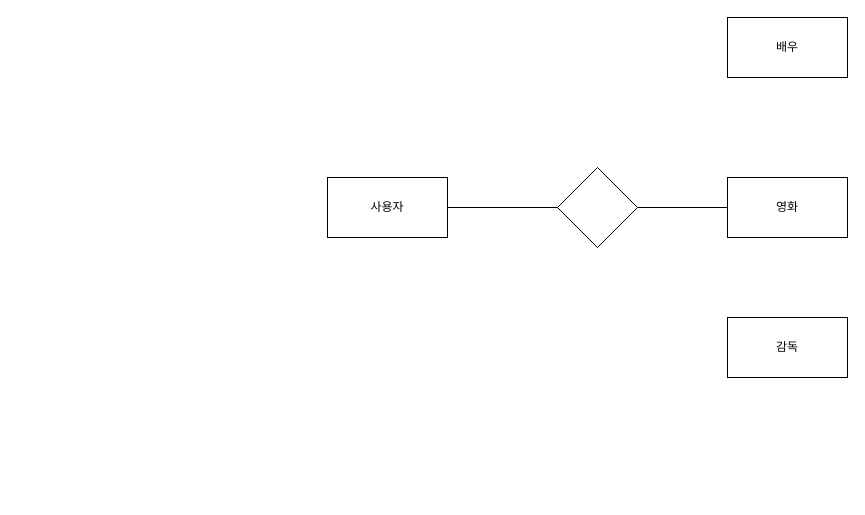
hyunmin0818/JSP_Project keeps this draw.io diagram as dbms/Movie.drawio. Above is the earlier version. Source tidied: cells renumbered, new cells numbered last; positions are measured from the earlier drawing's top-left corner, leaving out a move shared by most shapes. Both pictures are drawn from the tidied source at 100%, with x=0, y=0 at pixel (327, 17).
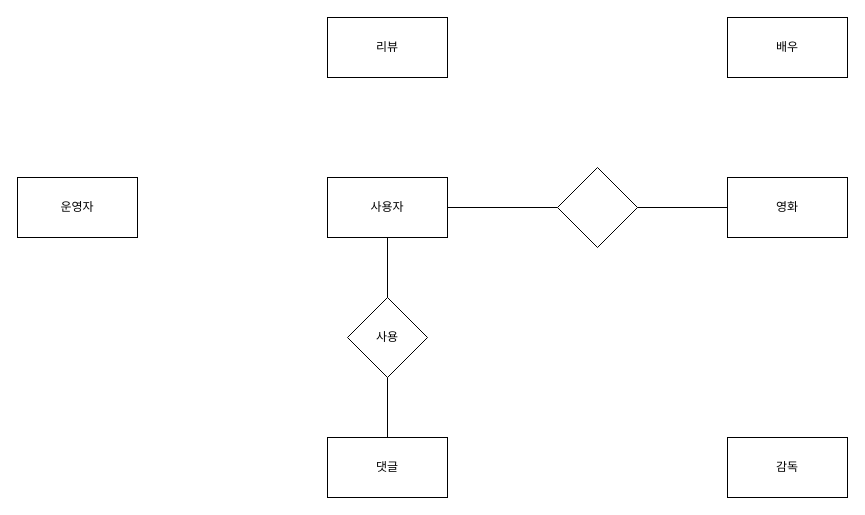
The same page after the edit.

Commit message (it also covers changes not shown here):
테이블 압축

What changed in the source:
```diff
@@
 <mxGraphModel>
   <root>
     <mxCell id="0" />
     <mxCell id="1" parent="0" />
     <mxCell id="2" value="영화" style="rounded=0;whiteSpace=wrap;html=1;" parent="1" vertex="1">
       <mxGeometry x="400" y="160" width="120" height="60" as="geometry" />
     </mxCell>
     <mxCell id="3" style="rhombus;whiteSpace=wrap;html=1;" parent="1" vertex="1">
       <mxGeometry x="230" y="150" width="80" height="80" as="geometry" />
     </mxCell>
     <mxCell id="4" style="endArrow=none;html=1;rounded=0;entryX=0;entryY=0.5;entryDx=0;entryDy=0;exitX=1;exitY=0.5;exitDx=0;exitDy=0;" parent="1" edge="1" source="3" target="2">
       <mxGeometry relative="1" as="geometry" />
     </mxCell>
     <mxCell id="5" value="사용자" style="rounded=0;whiteSpace=wrap;html=1;" parent="1" vertex="1">
       <mxGeometry y="160" width="120" height="60" as="geometry" />
     </mxCell>
     <mxCell id="6" style="endArrow=none;html=1;rounded=0;entryX=0;entryY=0.5;entryDx=0;entryDy=0;exitX=1;exitY=0.5;exitDx=0;exitDy=0;" parent="1" edge="1" source="5" target="3">
       <mxGeometry relative="1" as="geometry" />
     </mxCell>
     <mxCell id="7" value="감독" style="rounded=0;whiteSpace=wrap;html=1;" parent="1" vertex="1">
-      <mxGeometry x="400" y="300" width="120" height="60" as="geometry" />
+      <mxGeometry x="400" y="420" width="120" height="60" as="geometry" />
     </mxCell>
     <mxCell id="8" value="배우" style="rounded=0;whiteSpace=wrap;html=1;" parent="1" vertex="1">
       <mxGeometry x="400" width="120" height="60" as="geometry" />
     </mxCell>
+    <mxCell id="9" value="운영자" style="rounded=0;whiteSpace=wrap;html=1;" parent="1" vertex="1">
+      <mxGeometry x="-310" y="160" width="120" height="60" as="geometry" />
+    </mxCell>
+    <mxCell id="10" value="댓글" style="rounded=0;whiteSpace=wrap;html=1;" parent="1" vertex="1">
+      <mxGeometry y="420" width="120" height="60" as="geometry" />
+    </mxCell>
+    <mxCell id="11" value="리뷰" style="rounded=0;whiteSpace=wrap;html=1;" parent="1" vertex="1">
+      <mxGeometry width="120" height="60" as="geometry" />
+    </mxCell>
+    <mxCell id="12" style="endArrow=none;html=1;rounded=0;entryX=0.5;entryY=1;entryDx=0;entryDy=0;" parent="1" edge="1" target="5">
+      <mxGeometry relative="1" as="geometry">
+        <mxPoint x="60" y="300" as="sourcePoint" />
+      </mxGeometry>
+    </mxCell>
+    <mxCell id="13" value="사용" style="rhombus;whiteSpace=wrap;html=1;" parent="1" vertex="1">
+      <mxGeometry x="20" y="280" width="80" height="80" as="geometry" />
+    </mxCell>
+    <mxCell id="14" style="endArrow=none;html=1;rounded=0;exitX=0.5;exitY=0;exitDx=0;exitDy=0;entryX=0.5;entryY=1;entryDx=0;entryDy=0;" parent="1" edge="1" source="10" target="13">
+      <mxGeometry relative="1" as="geometry" />
+    </mxCell>
   </root>
 </mxGraphModel>
```
